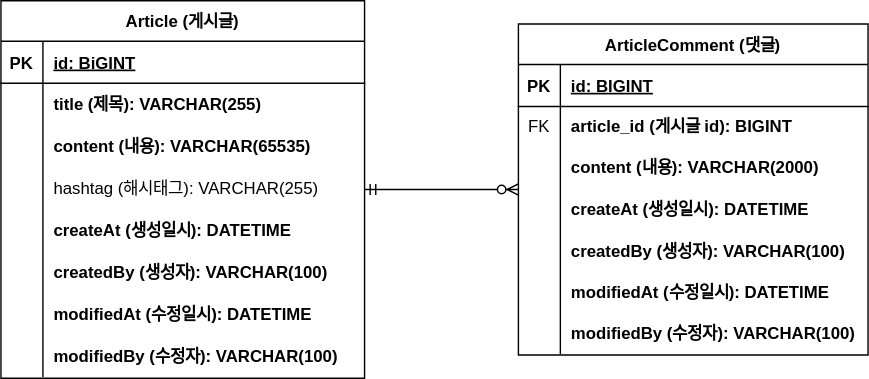
The draw.io diagram documents/project-board-erd.svg in gdtknight/board-project, before a commit. Source tidied: cells renumbered, new cells last; positions are measured from the earlier drawing's top-left corner, leaving out a move shared by most shapes. Its diagram source:
```xml
<mxGraphModel>
  <root>
    <mxCell id="0" />
    <mxCell id="1" parent="0" />
    <mxCell id="2" value="Article (게시글)" style="shape=table;startSize=29;rowLines=0;fontStyle=1;align=center;" parent="1" vertex="1">
      <mxGeometry width="260" height="270" as="geometry" />
    </mxCell>
    <mxCell id="3" style="shape=partialRectangle;fillColor=none;top=0;left=0;right=0;bottom=1;" parent="2" vertex="1">
      <mxGeometry y="29" width="260" height="30" as="geometry" />
    </mxCell>
    <mxCell id="4" value="PK" style="shape=partialRectangle;overflow=hidden;fillColor=none;top=0;left=0;bottom=0;right=0;fontStyle=1;" parent="3" vertex="1">
      <mxGeometry width="30" height="30" as="geometry" />
    </mxCell>
    <mxCell id="5" value="id: BiGINT" style="shape=partialRectangle;overflow=hidden;fillColor=none;top=0;left=0;bottom=0;right=0;align=left;spacingLeft=6;fontStyle=5;" parent="3" vertex="1">
      <mxGeometry x="30" width="230" height="30" as="geometry" />
    </mxCell>
    <mxCell id="6" style="shape=partialRectangle;fillColor=none;top=0;left=0;right=0;bottom=0;" parent="2" vertex="1">
      <mxGeometry y="59" width="260" height="30" as="geometry" />
    </mxCell>
    <mxCell id="7" style="shape=partialRectangle;overflow=hidden;fillColor=none;top=0;left=0;bottom=0;right=0;" parent="6" vertex="1">
      <mxGeometry width="30" height="30" as="geometry" />
    </mxCell>
    <mxCell id="8" value="title (제목): VARCHAR(255)" style="shape=partialRectangle;overflow=hidden;fillColor=none;top=0;left=0;bottom=0;right=0;align=left;spacingLeft=6;fontStyle=1;" parent="6" vertex="1">
      <mxGeometry x="30" width="230" height="30" as="geometry" />
    </mxCell>
    <mxCell id="9" style="shape=partialRectangle;fillColor=none;top=0;left=0;right=0;bottom=0;" parent="2" vertex="1">
      <mxGeometry y="89" width="260" height="30" as="geometry" />
    </mxCell>
    <mxCell id="10" style="shape=partialRectangle;overflow=hidden;fillColor=none;top=0;left=0;bottom=0;right=0;" parent="9" vertex="1">
      <mxGeometry width="30" height="30" as="geometry" />
    </mxCell>
    <mxCell id="11" value="content (내용): VARCHAR(65535)" style="shape=partialRectangle;overflow=hidden;fillColor=none;top=0;left=0;bottom=0;right=0;align=left;spacingLeft=6;fontStyle=1;" parent="9" vertex="1">
      <mxGeometry x="30" width="230" height="30" as="geometry" />
    </mxCell>
    <mxCell id="12" style="shape=partialRectangle;fillColor=none;top=0;left=0;right=0;bottom=0;" parent="2" vertex="1">
      <mxGeometry y="119" width="260" height="30" as="geometry" />
    </mxCell>
    <mxCell id="13" style="shape=partialRectangle;overflow=hidden;fillColor=none;top=0;left=0;bottom=0;right=0;" parent="12" vertex="1">
      <mxGeometry width="30" height="30" as="geometry" />
    </mxCell>
    <mxCell id="14" value="hashtag (해시태그): VARCHAR(255)" style="shape=partialRectangle;overflow=hidden;fillColor=none;top=0;left=0;bottom=0;right=0;align=left;spacingLeft=6;" parent="12" vertex="1">
      <mxGeometry x="30" width="230" height="30" as="geometry" />
    </mxCell>
    <mxCell id="15" style="shape=partialRectangle;fillColor=none;top=0;left=0;right=0;bottom=0;" parent="2" vertex="1">
      <mxGeometry y="149" width="260" height="30" as="geometry" />
    </mxCell>
    <mxCell id="16" style="shape=partialRectangle;overflow=hidden;fillColor=none;top=0;left=0;bottom=0;right=0;" parent="15" vertex="1">
      <mxGeometry width="30" height="30" as="geometry" />
    </mxCell>
    <mxCell id="17" value="createAt (생성일시): DATETIME" style="shape=partialRectangle;overflow=hidden;fillColor=none;top=0;left=0;bottom=0;right=0;align=left;spacingLeft=6;fontStyle=1;" parent="15" vertex="1">
      <mxGeometry x="30" width="230" height="30" as="geometry" />
    </mxCell>
    <mxCell id="18" style="shape=partialRectangle;fillColor=none;top=0;left=0;right=0;bottom=0;" parent="2" vertex="1">
      <mxGeometry y="179" width="260" height="30" as="geometry" />
    </mxCell>
    <mxCell id="19" style="shape=partialRectangle;overflow=hidden;fillColor=none;top=0;left=0;bottom=0;right=0;" parent="18" vertex="1">
      <mxGeometry width="30" height="30" as="geometry" />
    </mxCell>
    <mxCell id="20" value="createdBy (생성자): VARCHAR(100)" style="shape=partialRectangle;overflow=hidden;fillColor=none;top=0;left=0;bottom=0;right=0;align=left;spacingLeft=6;fontStyle=1;" parent="18" vertex="1">
      <mxGeometry x="30" width="230" height="30" as="geometry" />
    </mxCell>
    <mxCell id="21" style="shape=partialRectangle;fillColor=none;top=0;left=0;right=0;bottom=0;" parent="2" vertex="1">
      <mxGeometry y="209" width="260" height="30" as="geometry" />
    </mxCell>
    <mxCell id="22" style="shape=partialRectangle;overflow=hidden;fillColor=none;top=0;left=0;bottom=0;right=0;" parent="21" vertex="1">
      <mxGeometry width="30" height="30" as="geometry" />
    </mxCell>
    <mxCell id="23" value="modifiedAt (수정일시): DATETIME" style="shape=partialRectangle;overflow=hidden;fillColor=none;top=0;left=0;bottom=0;right=0;align=left;spacingLeft=6;fontStyle=1;" parent="21" vertex="1">
      <mxGeometry x="30" width="230" height="30" as="geometry" />
    </mxCell>
    <mxCell id="24" style="shape=partialRectangle;fillColor=none;top=0;left=0;right=0;bottom=0;" parent="2" vertex="1">
      <mxGeometry y="239" width="260" height="30" as="geometry" />
    </mxCell>
    <mxCell id="25" style="shape=partialRectangle;overflow=hidden;fillColor=none;top=0;left=0;bottom=0;right=0;" parent="24" vertex="1">
      <mxGeometry width="30" height="30" as="geometry" />
    </mxCell>
    <mxCell id="26" value="modifiedBy (수정자): VARCHAR(100)" style="shape=partialRectangle;overflow=hidden;fillColor=none;top=0;left=0;bottom=0;right=0;align=left;spacingLeft=6;fontStyle=1;" parent="24" vertex="1">
      <mxGeometry x="30" width="230" height="30" as="geometry" />
    </mxCell>
    <mxCell id="27" value="ArticleComment (댓글)" style="shape=table;startSize=29;rowLines=0;fontStyle=1;align=center;" parent="1" vertex="1">
      <mxGeometry x="370" y="16.6" width="250" height="236.8" as="geometry" />
    </mxCell>
    <mxCell id="28" style="shape=partialRectangle;fillColor=none;top=0;left=0;right=0;bottom=1;" parent="27" vertex="1">
      <mxGeometry y="29" width="250" height="30" as="geometry" />
    </mxCell>
    <mxCell id="29" value="PK" style="shape=partialRectangle;overflow=hidden;fillColor=none;top=0;left=0;bottom=0;right=0;fontStyle=1;" parent="28" vertex="1">
      <mxGeometry width="30" height="30" as="geometry" />
    </mxCell>
    <mxCell id="30" value="id: BIGINT" style="shape=partialRectangle;overflow=hidden;fillColor=none;top=0;left=0;bottom=0;right=0;align=left;spacingLeft=6;fontStyle=5;" parent="28" vertex="1">
      <mxGeometry x="30" width="220" height="30" as="geometry" />
    </mxCell>
    <mxCell id="31" style="shape=partialRectangle;fillColor=none;top=0;left=0;right=0;bottom=0;" parent="27" vertex="1">
      <mxGeometry y="59" width="250" height="28" as="geometry" />
    </mxCell>
    <mxCell id="32" value="FK" style="shape=partialRectangle;overflow=hidden;fillColor=none;top=0;left=0;bottom=0;right=0;" parent="31" vertex="1">
      <mxGeometry width="30" height="28" as="geometry" />
    </mxCell>
    <mxCell id="33" value="article_id (게시글 id): BIGINT" style="shape=partialRectangle;overflow=hidden;fillColor=none;top=0;left=0;bottom=0;right=0;align=left;spacingLeft=6;fontStyle=1;" parent="31" vertex="1">
      <mxGeometry x="30" width="220" height="28" as="geometry" />
    </mxCell>
    <mxCell id="34" style="shape=partialRectangle;fillColor=none;top=0;left=0;right=0;bottom=0;" parent="27" vertex="1">
      <mxGeometry y="87" width="250" height="30" as="geometry" />
    </mxCell>
    <mxCell id="35" style="shape=partialRectangle;overflow=hidden;fillColor=none;top=0;left=0;bottom=0;right=0;" parent="34" vertex="1">
      <mxGeometry width="30" height="30" as="geometry" />
    </mxCell>
    <mxCell id="36" value="content (내용): VARCHAR(2000)" style="shape=partialRectangle;overflow=hidden;fillColor=none;top=0;left=0;bottom=0;right=0;align=left;spacingLeft=6;fontStyle=1;" parent="34" vertex="1">
      <mxGeometry x="30" width="220" height="30" as="geometry" />
    </mxCell>
    <mxCell id="37" style="shape=partialRectangle;fillColor=none;top=0;left=0;right=0;bottom=0;" parent="27" vertex="1">
      <mxGeometry y="117" width="250" height="30" as="geometry" />
    </mxCell>
    <mxCell id="38" style="shape=partialRectangle;overflow=hidden;fillColor=none;top=0;left=0;bottom=0;right=0;" parent="37" vertex="1">
      <mxGeometry width="30" height="30" as="geometry" />
    </mxCell>
    <mxCell id="39" value="createAt (생성일시): DATETIME" style="shape=partialRectangle;overflow=hidden;fillColor=none;top=0;left=0;bottom=0;right=0;align=left;spacingLeft=6;fontStyle=1;" parent="37" vertex="1">
      <mxGeometry x="30" width="220" height="30" as="geometry" />
    </mxCell>
    <mxCell id="40" style="shape=partialRectangle;fillColor=none;top=0;left=0;right=0;bottom=0;" parent="27" vertex="1">
      <mxGeometry y="147" width="250" height="30" as="geometry" />
    </mxCell>
    <mxCell id="41" style="shape=partialRectangle;overflow=hidden;fillColor=none;top=0;left=0;bottom=0;right=0;" parent="40" vertex="1">
      <mxGeometry width="30" height="30" as="geometry" />
    </mxCell>
    <mxCell id="42" value="createdBy (생성자): VARCHAR(100)" style="shape=partialRectangle;overflow=hidden;fillColor=none;top=0;left=0;bottom=0;right=0;align=left;spacingLeft=6;fontStyle=1;" parent="40" vertex="1">
      <mxGeometry x="30" width="220" height="30" as="geometry" />
    </mxCell>
    <mxCell id="43" style="shape=partialRectangle;fillColor=none;top=0;left=0;right=0;bottom=0;" parent="27" vertex="1">
      <mxGeometry y="177" width="250" height="29" as="geometry" />
    </mxCell>
    <mxCell id="44" style="shape=partialRectangle;overflow=hidden;fillColor=none;top=0;left=0;bottom=0;right=0;" parent="43" vertex="1">
      <mxGeometry width="30" height="29" as="geometry" />
    </mxCell>
    <mxCell id="45" value="modifiedAt (수정일시): DATETIME" style="shape=partialRectangle;overflow=hidden;fillColor=none;top=0;left=0;bottom=0;right=0;align=left;spacingLeft=6;fontStyle=1;" parent="43" vertex="1">
      <mxGeometry x="30" width="220" height="29" as="geometry" />
    </mxCell>
    <mxCell id="46" style="shape=partialRectangle;fillColor=none;top=0;left=0;right=0;bottom=0;" parent="27" vertex="1">
      <mxGeometry y="206" width="250" height="30" as="geometry" />
    </mxCell>
    <mxCell id="47" style="shape=partialRectangle;overflow=hidden;fillColor=none;top=0;left=0;bottom=0;right=0;" parent="46" vertex="1">
      <mxGeometry width="30" height="30" as="geometry" />
    </mxCell>
    <mxCell id="48" value="modifiedBy (수정자): VARCHAR(100)" style="shape=partialRectangle;overflow=hidden;fillColor=none;top=0;left=0;bottom=0;right=0;align=left;spacingLeft=6;fontStyle=1;" parent="46" vertex="1">
      <mxGeometry x="30" width="220" height="30" as="geometry" />
    </mxCell>
    <mxCell id="49" style="edgeStyle=entityRelationEdgeStyle;fontSize=12;html=1;endArrow=ERzeroToMany;startArrow=ERmandOne;rounded=0;" parent="1" edge="1" source="2" target="27">
      <mxGeometry relative="1" as="geometry" />
    </mxCell>
  </root>
</mxGraphModel>
```
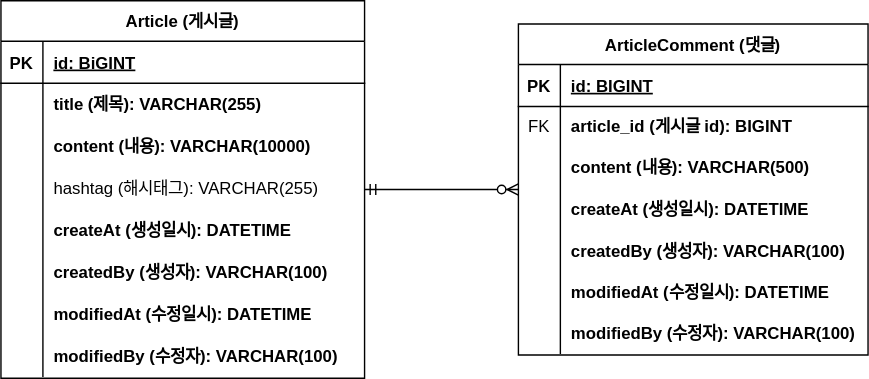
Later version of the same file.

Commit message:
#7 - 실습 편의를 위해 Article, ArticleComment content length 수정

Diff of the diagram source:
```diff
@@ -29,7 +29,7 @@
     <mxCell id="10" style="shape=partialRectangle;overflow=hidden;fillColor=none;top=0;left=0;bottom=0;right=0;" parent="9" vertex="1">
       <mxGeometry width="30" height="30" as="geometry" />
     </mxCell>
-    <mxCell id="11" value="content (내용): VARCHAR(65535)" style="shape=partialRectangle;overflow=hidden;fillColor=none;top=0;left=0;bottom=0;right=0;align=left;spacingLeft=6;fontStyle=1;" parent="9" vertex="1">
+    <mxCell id="11" value="content (내용): VARCHAR(10000)" style="shape=partialRectangle;overflow=hidden;fillColor=none;top=0;left=0;bottom=0;right=0;align=left;spacingLeft=6;fontStyle=1;" parent="9" vertex="1">
       <mxGeometry x="30" width="230" height="30" as="geometry" />
     </mxCell>
     <mxCell id="12" style="shape=partialRectangle;fillColor=none;top=0;left=0;right=0;bottom=0;" parent="2" vertex="1">
@@ -104,7 +104,7 @@
     <mxCell id="35" style="shape=partialRectangle;overflow=hidden;fillColor=none;top=0;left=0;bottom=0;right=0;" parent="34" vertex="1">
       <mxGeometry width="30" height="30" as="geometry" />
     </mxCell>
-    <mxCell id="36" value="content (내용): VARCHAR(2000)" style="shape=partialRectangle;overflow=hidden;fillColor=none;top=0;left=0;bottom=0;right=0;align=left;spacingLeft=6;fontStyle=1;" parent="34" vertex="1">
+    <mxCell id="36" value="content (내용): VARCHAR(500)" style="shape=partialRectangle;overflow=hidden;fillColor=none;top=0;left=0;bottom=0;right=0;align=left;spacingLeft=6;fontStyle=1;" parent="34" vertex="1">
       <mxGeometry x="30" width="220" height="30" as="geometry" />
     </mxCell>
     <mxCell id="37" style="shape=partialRectangle;fillColor=none;top=0;left=0;right=0;bottom=0;" parent="27" vertex="1">
```
